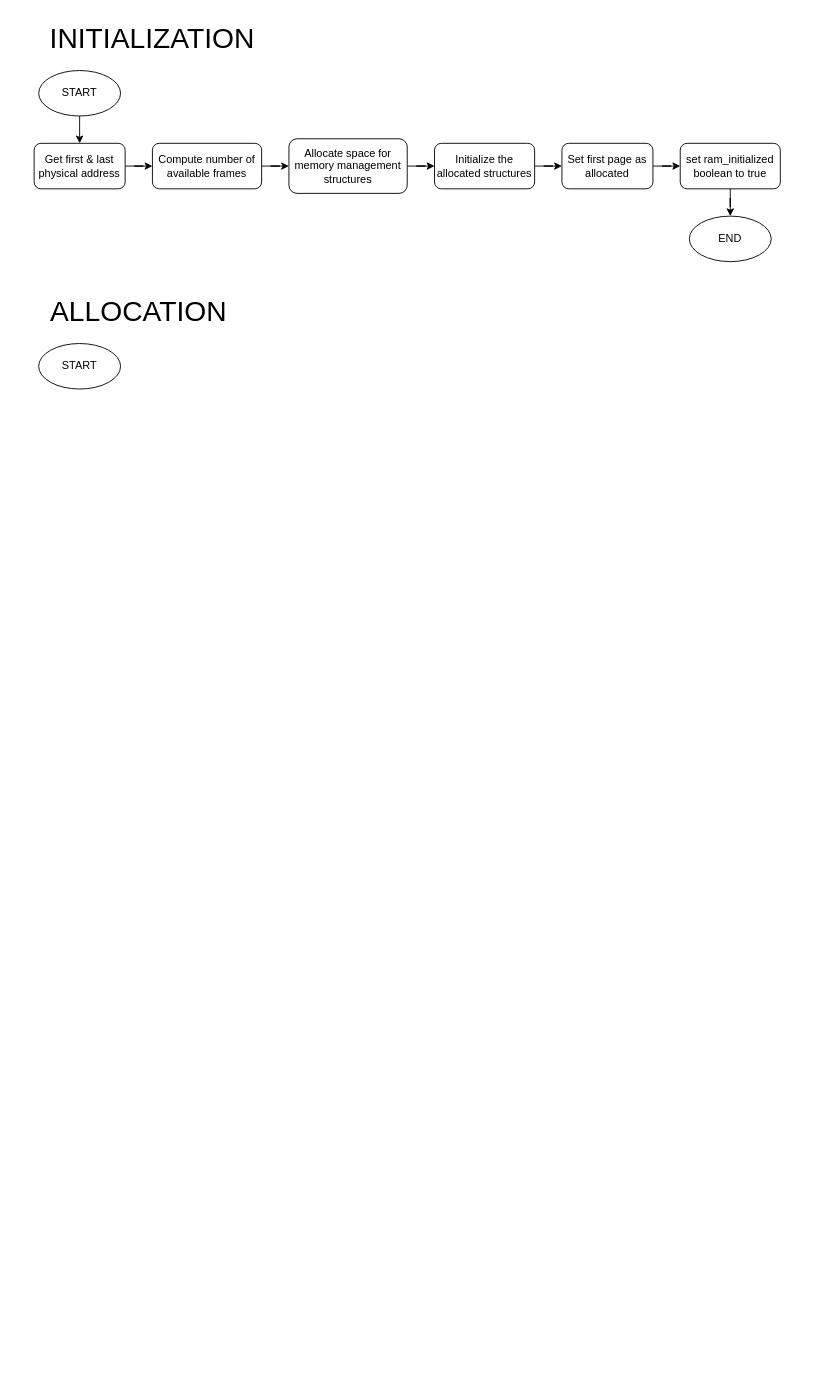
Above: page "Memory management" (2 of 4) of Flow Charts.drawio in Davide619/OS161 (draw.io), before the change. Source tidied: cells renumbered, new cells numbered last; positions are measured from the earlier drawing's top-left corner, leaving out a move shared by most shapes. Both pictures are drawn from the tidied source at 91%, with x=0, y=0 at pixel (34, 15).
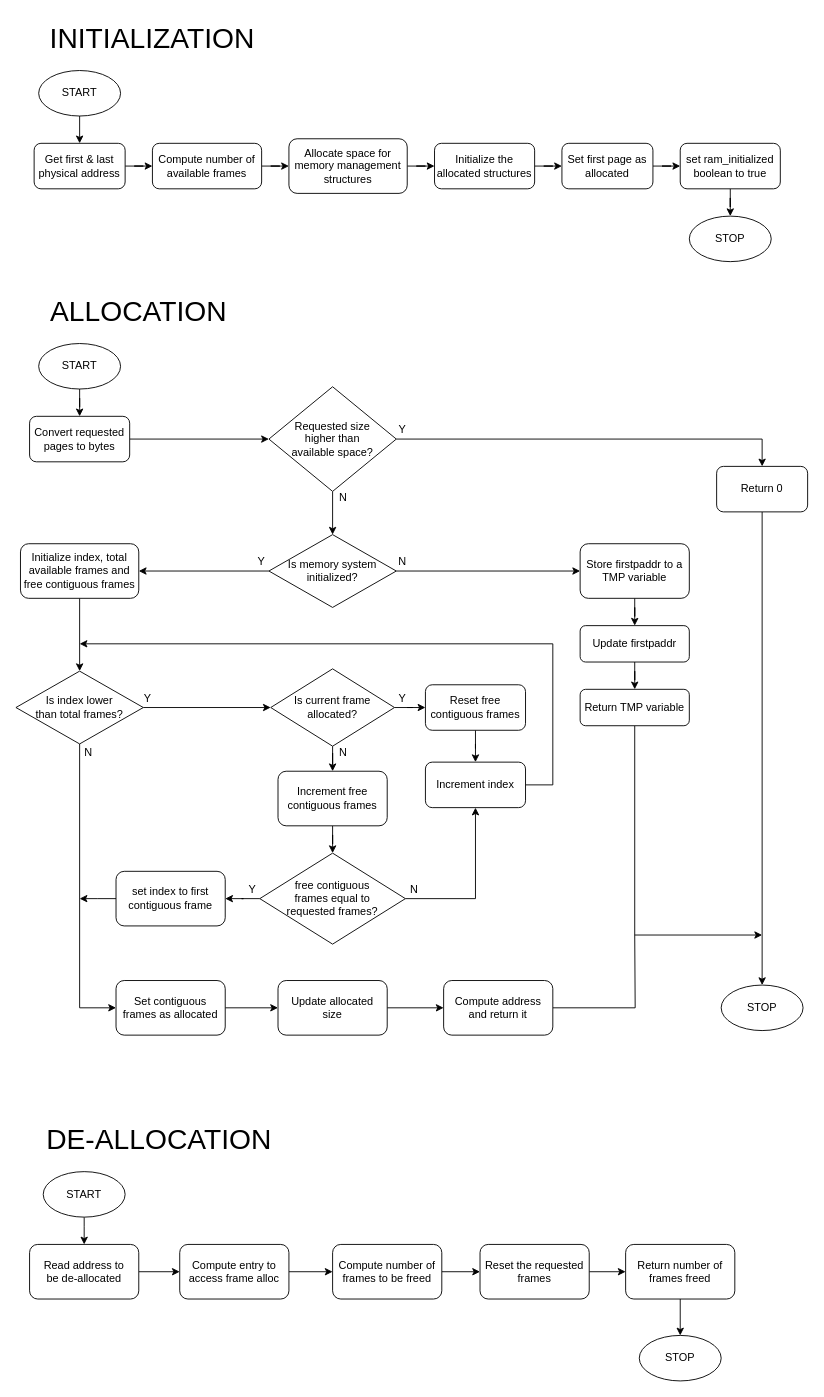
The same diagram, later.

The change refers to these unchanged cells:
```xml
<mxCell id="19" value="START" style="ellipse;whiteSpace=wrap;html=1;" parent="1" vertex="1">
  <mxGeometry x="5" y="360" width="90" height="50" as="geometry" />
</mxCell>
```

What changed in the source:
```diff
@@
-    <mxCell id="16" value="END" style="ellipse;whiteSpace=wrap;html=1;" parent="1" vertex="1">
+    <mxCell id="16" value="STOP" style="ellipse;whiteSpace=wrap;html=1;" parent="1" vertex="1">
       <mxGeometry x="720" y="220" width="90" height="50" as="geometry" />
     </mxCell>
@@
+    <mxCell id="20" style="edgeStyle=orthogonalEdgeStyle;rounded=0;jettySize=auto;html=1;" parent="1" edge="1" source="19" target="22">
+      <mxGeometry relative="1" as="geometry" />
+    </mxCell>
@@
+    <mxCell id="21" style="edgeStyle=orthogonalEdgeStyle;rounded=0;jettySize=auto;html=1;entryX=0;entryY=0.5;entryDx=0;entryDy=0;" parent="1" edge="1" source="22" target="25">
+      <mxGeometry relative="1" as="geometry" />
+    </mxCell>
+    <mxCell id="22" value="Convert requested pages to bytes" style="rounded=1;whiteSpace=wrap;html=1;" parent="1" vertex="1">
+      <mxGeometry x="-5" y="440" width="110" height="50" as="geometry" />
+    </mxCell>
+    <mxCell id="23" style="edgeStyle=orthogonalEdgeStyle;rounded=0;jettySize=auto;html=1;entryX=0.5;entryY=0;entryDx=0;entryDy=0;" parent="1" edge="1" source="25" target="27">
+      <mxGeometry relative="1" as="geometry" />
+    </mxCell>
+    <mxCell id="24" style="edgeStyle=orthogonalEdgeStyle;rounded=0;jettySize=auto;html=1;" parent="1" edge="1" source="25" target="31">
+      <mxGeometry relative="1" as="geometry" />
+    </mxCell>
+    <mxCell id="25" value="Requested size &lt;br&gt;higher than &lt;br&gt;available space?" style="rhombus;whiteSpace=wrap;html=1;" parent="1" vertex="1">
+      <mxGeometry x="258" y="407.5" width="140" height="115" as="geometry" />
+    </mxCell>
+    <mxCell id="26" style="edgeStyle=orthogonalEdgeStyle;rounded=0;jettySize=auto;html=1;entryX=0.5;entryY=0;entryDx=0;entryDy=0;" parent="1" edge="1" source="27" target="67">
+      <mxGeometry relative="1" as="geometry" />
+    </mxCell>
+    <mxCell id="27" value="Return 0" style="rounded=1;whiteSpace=wrap;html=1;" parent="1" vertex="1">
+      <mxGeometry x="750" y="495" width="100" height="50" as="geometry" />
+    </mxCell>
+    <mxCell id="28" value="Y" style="text;html=1;strokeColor=none;fillColor=none;align=center;verticalAlign=middle;whiteSpace=wrap;rounded=0;" parent="1" vertex="1">
+      <mxGeometry x="375" y="440" width="60" height="30" as="geometry" />
+    </mxCell>
+    <mxCell id="29" style="edgeStyle=orthogonalEdgeStyle;rounded=0;jettySize=auto;html=1;entryX=0;entryY=0.5;entryDx=0;entryDy=0;" parent="1" edge="1" source="31" target="34">
+      <mxGeometry relative="1" as="geometry" />
+    </mxCell>
+    <mxCell id="30" style="edgeStyle=orthogonalEdgeStyle;rounded=0;jettySize=auto;html=1;entryX=1;entryY=0.5;entryDx=0;entryDy=0;" parent="1" edge="1" source="31" target="42">
+      <mxGeometry relative="1" as="geometry" />
+    </mxCell>
+    <mxCell id="31" value="Is memory system &lt;br&gt;initialized?" style="rhombus;whiteSpace=wrap;html=1;" parent="1" vertex="1">
+      <mxGeometry x="258" y="570" width="140" height="80" as="geometry" />
+    </mxCell>
+    <mxCell id="32" value="N" style="text;html=1;strokeColor=none;fillColor=none;align=center;verticalAlign=middle;whiteSpace=wrap;rounded=0;" parent="1" vertex="1">
+      <mxGeometry x="310" y="515" width="60" height="30" as="geometry" />
+    </mxCell>
+    <mxCell id="33" style="edgeStyle=orthogonalEdgeStyle;rounded=0;jettySize=auto;html=1;entryX=0.5;entryY=0;entryDx=0;entryDy=0;" parent="1" edge="1" source="34" target="36">
+      <mxGeometry relative="1" as="geometry" />
+    </mxCell>
+    <mxCell id="34" value="Store firstpaddr to a TMP variable" style="rounded=1;whiteSpace=wrap;html=1;" parent="1" vertex="1">
+      <mxGeometry x="600" y="580" width="120" height="60" as="geometry" />
+    </mxCell>
+    <mxCell id="35" style="edgeStyle=orthogonalEdgeStyle;rounded=0;jettySize=auto;html=1;entryX=0.5;entryY=0;entryDx=0;entryDy=0;" parent="1" edge="1" source="36" target="38">
+      <mxGeometry relative="1" as="geometry" />
+    </mxCell>
+    <mxCell id="36" value="Update firstpaddr" style="rounded=1;whiteSpace=wrap;html=1;" parent="1" vertex="1">
+      <mxGeometry x="600" y="670" width="120" height="40" as="geometry" />
+    </mxCell>
+    <mxCell id="37" style="edgeStyle=orthogonalEdgeStyle;rounded=0;jettySize=auto;html=1;endArrow=none;endFill=0;" parent="1" edge="1" source="38">
+      <mxGeometry relative="1" as="geometry">
+        <mxPoint x="660" y="1010" as="targetPoint" />
+        <Array as="points">
+          <mxPoint x="660" y="1010" />
+        </Array>
+      </mxGeometry>
+    </mxCell>
+    <mxCell id="38" value="Return TMP variable" style="rounded=1;whiteSpace=wrap;html=1;" parent="1" vertex="1">
+      <mxGeometry x="600" y="740" width="120" height="40" as="geometry" />
+    </mxCell>
+    <mxCell id="39" value="N" style="text;html=1;strokeColor=none;fillColor=none;align=center;verticalAlign=middle;whiteSpace=wrap;rounded=0;" parent="1" vertex="1">
+      <mxGeometry x="375" y="585" width="60" height="30" as="geometry" />
+    </mxCell>
+    <mxCell id="40" value="Y" style="text;html=1;strokeColor=none;fillColor=none;align=center;verticalAlign=middle;whiteSpace=wrap;rounded=0;" parent="1" vertex="1">
+      <mxGeometry x="220" y="585" width="60" height="30" as="geometry" />
+    </mxCell>
+    <mxCell id="41" style="edgeStyle=orthogonalEdgeStyle;rounded=0;jettySize=auto;html=1;entryX=0.5;entryY=0;entryDx=0;entryDy=0;" parent="1" edge="1" source="42" target="45">
+      <mxGeometry relative="1" as="geometry" />
+    </mxCell>
+    <mxCell id="42" value="Initialize index, total available frames and free contiguous frames" style="rounded=1;whiteSpace=wrap;html=1;" parent="1" vertex="1">
+      <mxGeometry x="-15" y="580" width="130" height="60" as="geometry" />
+    </mxCell>
+    <mxCell id="43" style="edgeStyle=orthogonalEdgeStyle;rounded=0;jettySize=auto;html=1;entryX=0;entryY=0.5;entryDx=0;entryDy=0;" parent="1" edge="1" source="45" target="48">
+      <mxGeometry relative="1" as="geometry" />
+    </mxCell>
+    <mxCell id="44" style="edgeStyle=orthogonalEdgeStyle;rounded=0;jettySize=auto;html=1;entryX=0;entryY=0.5;entryDx=0;entryDy=0;" parent="1" edge="1" source="45" target="62">
+      <mxGeometry relative="1" as="geometry" />
+    </mxCell>
+    <mxCell id="45" value="Is index lower &lt;br&gt;than total frames?" style="rhombus;whiteSpace=wrap;html=1;" parent="1" vertex="1">
+      <mxGeometry x="-20" y="720" width="140" height="80" as="geometry" />
+    </mxCell>
+    <mxCell id="46" style="edgeStyle=orthogonalEdgeStyle;rounded=0;jettySize=auto;html=1;entryX=0;entryY=0.5;entryDx=0;entryDy=0;" parent="1" edge="1" source="48" target="51">
+      <mxGeometry relative="1" as="geometry" />
+    </mxCell>
+    <mxCell id="47" style="edgeStyle=orthogonalEdgeStyle;rounded=0;jettySize=auto;html=1;entryX=0.5;entryY=0;entryDx=0;entryDy=0;" parent="1" edge="1" source="48" target="55">
+      <mxGeometry relative="1" as="geometry" />
+    </mxCell>
+    <mxCell id="48" value="Is current frame &lt;br&gt;allocated?" style="rhombus;whiteSpace=wrap;html=1;" parent="1" vertex="1">
+      <mxGeometry x="260" y="717.5" width="136" height="85" as="geometry" />
+    </mxCell>
+    <mxCell id="49" value="Y" style="text;html=1;strokeColor=none;fillColor=none;align=center;verticalAlign=middle;whiteSpace=wrap;rounded=0;" parent="1" vertex="1">
+      <mxGeometry x="95" y="735" width="60" height="30" as="geometry" />
+    </mxCell>
+    <mxCell id="50" style="edgeStyle=orthogonalEdgeStyle;rounded=0;jettySize=auto;html=1;entryX=0.5;entryY=0;entryDx=0;entryDy=0;" parent="1" edge="1" source="51" target="53">
+      <mxGeometry relative="1" as="geometry" />
+    </mxCell>
+    <mxCell id="51" value="Reset free&lt;br&gt;contiguous frames" style="rounded=1;whiteSpace=wrap;html=1;" parent="1" vertex="1">
+      <mxGeometry x="430" y="735" width="110" height="50" as="geometry" />
+    </mxCell>
+    <mxCell id="52" style="edgeStyle=orthogonalEdgeStyle;rounded=0;jettySize=auto;html=1;" parent="1" edge="1" source="53">
+      <mxGeometry relative="1" as="geometry">
+        <mxPoint x="50" y="690" as="targetPoint" />
+        <Array as="points">
+          <mxPoint x="570" y="845" />
+          <mxPoint x="570" y="690" />
+          <mxPoint x="50" y="690" />
+        </Array>
+      </mxGeometry>
+    </mxCell>
+    <mxCell id="53" value="Increment index" style="rounded=1;whiteSpace=wrap;html=1;" parent="1" vertex="1">
+      <mxGeometry x="430" y="820" width="110" height="50" as="geometry" />
+    </mxCell>
+    <mxCell id="54" style="edgeStyle=orthogonalEdgeStyle;rounded=0;jettySize=auto;html=1;entryX=0.5;entryY=0;entryDx=0;entryDy=0;" parent="1" edge="1" source="55" target="58">
+      <mxGeometry relative="1" as="geometry" />
+    </mxCell>
+    <mxCell id="55" value="Increment free&lt;br&gt;contiguous frames" style="rounded=1;whiteSpace=wrap;html=1;" parent="1" vertex="1">
+      <mxGeometry x="268" y="830" width="120" height="60" as="geometry" />
+    </mxCell>
+    <mxCell id="56" style="edgeStyle=orthogonalEdgeStyle;rounded=0;jettySize=auto;html=1;entryX=0.5;entryY=1;entryDx=0;entryDy=0;" parent="1" edge="1" source="58" target="53">
+      <mxGeometry relative="1" as="geometry" />
+    </mxCell>
+    <mxCell id="57" style="edgeStyle=orthogonalEdgeStyle;rounded=0;jettySize=auto;html=1;entryX=1;entryY=0.5;entryDx=0;entryDy=0;" parent="1" edge="1" source="58" target="60">
+      <mxGeometry relative="1" as="geometry" />
+    </mxCell>
+    <mxCell id="58" value="free contiguous &lt;br&gt;frames equal to&lt;br&gt;requested frames?" style="rhombus;whiteSpace=wrap;html=1;" parent="1" vertex="1">
+      <mxGeometry x="248" y="920" width="160" height="100" as="geometry" />
+    </mxCell>
+    <mxCell id="59" style="edgeStyle=orthogonalEdgeStyle;rounded=0;jettySize=auto;html=1;" parent="1" edge="1" source="60">
+      <mxGeometry relative="1" as="geometry">
+        <mxPoint x="50" y="970" as="targetPoint" />
+      </mxGeometry>
+    </mxCell>
+    <mxCell id="60" value="set index to first contiguous frame" style="rounded=1;whiteSpace=wrap;html=1;" parent="1" vertex="1">
+      <mxGeometry x="90" y="940" width="120" height="60" as="geometry" />
+    </mxCell>
+    <mxCell id="61" style="edgeStyle=orthogonalEdgeStyle;rounded=0;jettySize=auto;html=1;entryX=0;entryY=0.5;entryDx=0;entryDy=0;" parent="1" edge="1" source="62" target="64">
+      <mxGeometry relative="1" as="geometry" />
+    </mxCell>
+    <mxCell id="62" value="Set contiguous frames as allocated" style="rounded=1;whiteSpace=wrap;html=1;" parent="1" vertex="1">
+      <mxGeometry x="90" y="1060" width="120" height="60" as="geometry" />
+    </mxCell>
+    <mxCell id="63" style="edgeStyle=orthogonalEdgeStyle;rounded=0;jettySize=auto;html=1;entryX=0;entryY=0.5;entryDx=0;entryDy=0;" parent="1" edge="1" source="64" target="66">
+      <mxGeometry relative="1" as="geometry" />
+    </mxCell>
+    <mxCell id="64" value="Update allocated&lt;br&gt;size" style="rounded=1;whiteSpace=wrap;html=1;" parent="1" vertex="1">
+      <mxGeometry x="268" y="1060" width="120" height="60" as="geometry" />
+    </mxCell>
+    <mxCell id="65" style="edgeStyle=orthogonalEdgeStyle;rounded=0;jettySize=auto;html=1;endArrow=none;endFill=0;" parent="1" edge="1" source="66">
+      <mxGeometry relative="1" as="geometry">
+        <mxPoint x="660" y="1010" as="targetPoint" />
+      </mxGeometry>
+    </mxCell>
+    <mxCell id="66" value="Compute address&lt;br&gt;and return it" style="rounded=1;whiteSpace=wrap;html=1;" parent="1" vertex="1">
+      <mxGeometry x="450" y="1060" width="120" height="60" as="geometry" />
+    </mxCell>
+    <mxCell id="67" value="STOP" style="ellipse;whiteSpace=wrap;html=1;" parent="1" vertex="1">
+      <mxGeometry x="755" y="1065" width="90" height="50" as="geometry" />
+    </mxCell>
+    <mxCell id="68" value="N" style="text;html=1;strokeColor=none;fillColor=none;align=center;verticalAlign=middle;whiteSpace=wrap;rounded=0;" parent="1" vertex="1">
+      <mxGeometry x="30" y="795" width="60" height="30" as="geometry" />
+    </mxCell>
+    <mxCell id="69" value="Y" style="text;html=1;strokeColor=none;fillColor=none;align=center;verticalAlign=middle;whiteSpace=wrap;rounded=0;" parent="1" vertex="1">
+      <mxGeometry x="375" y="735" width="60" height="30" as="geometry" />
+    </mxCell>
+    <mxCell id="70" value="N" style="text;html=1;strokeColor=none;fillColor=none;align=center;verticalAlign=middle;whiteSpace=wrap;rounded=0;" parent="1" vertex="1">
+      <mxGeometry x="310" y="795" width="60" height="30" as="geometry" />
+    </mxCell>
+    <mxCell id="71" value="N" style="text;html=1;strokeColor=none;fillColor=none;align=center;verticalAlign=middle;whiteSpace=wrap;rounded=0;" parent="1" vertex="1">
+      <mxGeometry x="388" y="945" width="60" height="30" as="geometry" />
+    </mxCell>
+    <mxCell id="72" value="Y" style="text;html=1;strokeColor=none;fillColor=none;align=center;verticalAlign=middle;whiteSpace=wrap;rounded=0;" parent="1" vertex="1">
+      <mxGeometry x="210" y="945" width="60" height="30" as="geometry" />
+    </mxCell>
+    <mxCell id="73" style="endArrow=classic;html=1;rounded=0;" parent="1" edge="1">
+      <mxGeometry relative="1" as="geometry">
+        <mxPoint x="660" y="1010" as="sourcePoint" />
+        <mxPoint x="800" y="1010" as="targetPoint" />
+      </mxGeometry>
+    </mxCell>
+    <mxCell id="74" value="&lt;font style=&quot;font-size: 31px;&quot;&gt;DE-ALLOCATION&lt;/font&gt;" style="text;html=1;strokeColor=none;fillColor=none;align=center;verticalAlign=middle;whiteSpace=wrap;rounded=0;" parent="1" vertex="1">
+      <mxGeometry x="5" y="1210" width="265" height="50" as="geometry" />
+    </mxCell>
+    <mxCell id="75" style="edgeStyle=orthogonalEdgeStyle;rounded=0;jettySize=auto;html=1;endArrow=classic;endFill=1;" parent="1" edge="1" source="76" target="78">
+      <mxGeometry relative="1" as="geometry">
+        <Array as="points">
+          <mxPoint x="55" y="1330" />
+          <mxPoint x="55" y="1330" />
+        </Array>
+      </mxGeometry>
+    </mxCell>
+    <mxCell id="76" value="START" style="ellipse;whiteSpace=wrap;html=1;" parent="1" vertex="1">
+      <mxGeometry x="10" y="1270" width="90" height="50" as="geometry" />
+    </mxCell>
+    <mxCell id="77" style="edgeStyle=orthogonalEdgeStyle;rounded=0;jettySize=auto;html=1;entryX=0;entryY=0.5;entryDx=0;entryDy=0;endArrow=classic;endFill=1;" parent="1" edge="1" source="78" target="80">
+      <mxGeometry relative="1" as="geometry" />
+    </mxCell>
+    <mxCell id="78" value="Read address to&lt;br&gt;be de-allocated" style="rounded=1;whiteSpace=wrap;html=1;" parent="1" vertex="1">
+      <mxGeometry x="-5" y="1350" width="120" height="60" as="geometry" />
+    </mxCell>
+    <mxCell id="79" style="edgeStyle=orthogonalEdgeStyle;rounded=0;jettySize=auto;html=1;entryX=0;entryY=0.5;entryDx=0;entryDy=0;endArrow=classic;endFill=1;" parent="1" edge="1" source="80" target="82">
+      <mxGeometry relative="1" as="geometry" />
+    </mxCell>
+    <mxCell id="80" value="Compute entry to access frame alloc" style="rounded=1;whiteSpace=wrap;html=1;" parent="1" vertex="1">
+      <mxGeometry x="160" y="1350" width="120" height="60" as="geometry" />
+    </mxCell>
+    <mxCell id="81" style="edgeStyle=orthogonalEdgeStyle;rounded=0;jettySize=auto;html=1;entryX=0;entryY=0.5;entryDx=0;entryDy=0;endArrow=classic;endFill=1;" parent="1" edge="1" source="82" target="84">
+      <mxGeometry relative="1" as="geometry" />
+    </mxCell>
+    <mxCell id="82" value="Compute number of frames to be freed" style="rounded=1;whiteSpace=wrap;html=1;" parent="1" vertex="1">
+      <mxGeometry x="328" y="1350" width="120" height="60" as="geometry" />
+    </mxCell>
+    <mxCell id="83" style="edgeStyle=orthogonalEdgeStyle;rounded=0;jettySize=auto;html=1;entryX=0;entryY=0.5;entryDx=0;entryDy=0;endArrow=classic;endFill=1;" parent="1" edge="1" source="84" target="86">
+      <mxGeometry relative="1" as="geometry" />
+    </mxCell>
+    <mxCell id="84" value="Reset the requested frames" style="rounded=1;whiteSpace=wrap;html=1;" parent="1" vertex="1">
+      <mxGeometry x="490" y="1350" width="120" height="60" as="geometry" />
+    </mxCell>
+    <mxCell id="85" style="edgeStyle=orthogonalEdgeStyle;rounded=0;jettySize=auto;html=1;entryX=0.5;entryY=0;entryDx=0;entryDy=0;endArrow=classic;endFill=1;" parent="1" edge="1" source="86" target="87">
+      <mxGeometry relative="1" as="geometry" />
+    </mxCell>
+    <mxCell id="86" value="Return number of frames freed" style="rounded=1;whiteSpace=wrap;html=1;" parent="1" vertex="1">
+      <mxGeometry x="650" y="1350" width="120" height="60" as="geometry" />
+    </mxCell>
+    <mxCell id="87" value="STOP" style="ellipse;whiteSpace=wrap;html=1;" parent="1" vertex="1">
+      <mxGeometry x="665" y="1450" width="90" height="50" as="geometry" />
+    </mxCell>
```
